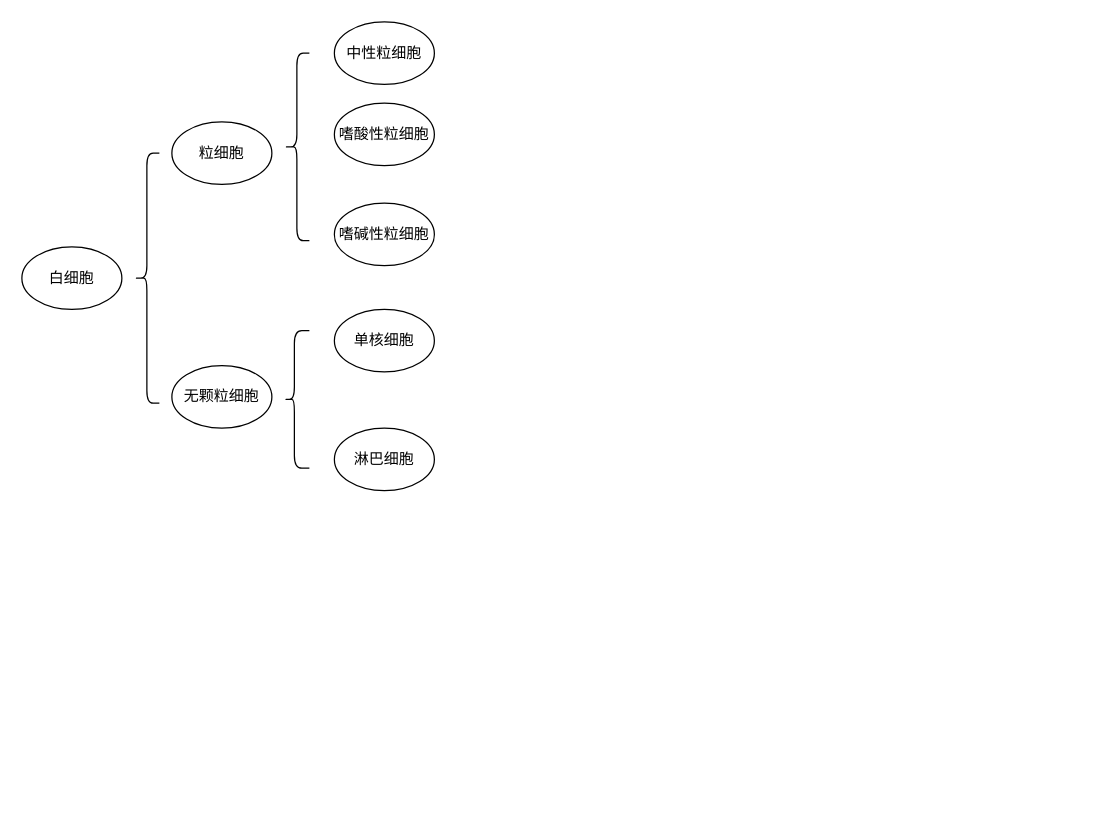
Before: 细胞的分类.drawio in bluefantasy2014/draw.io, a draw.io diagram. Source tidied: cells renumbered, new cells numbered last; positions are measured from the earlier drawing's top-left corner, leaving out a move shared by most shapes. Both pictures are drawn from the tidied source at 125%, with x=0, y=0 at pixel (21, 21).
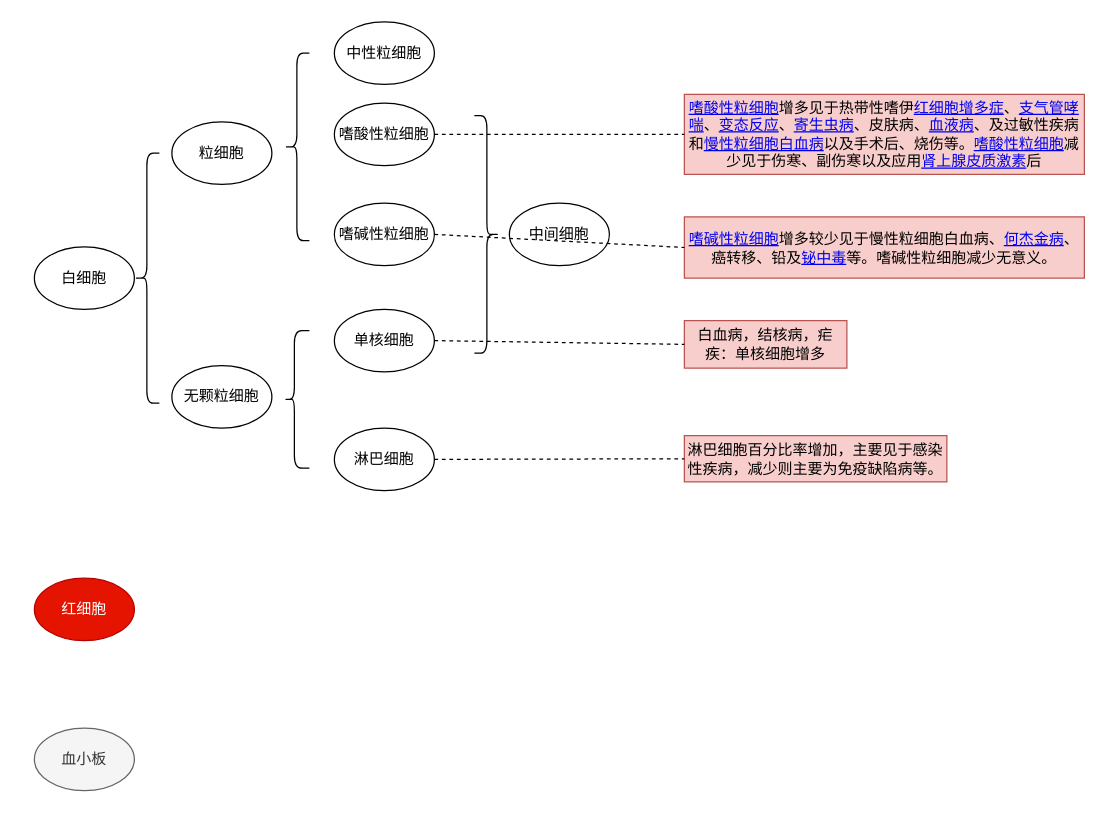
Above is the later version.

Commit message:
Update 细胞的分类.drawio

The change refers to these unchanged cells:
```xml
<mxCell id="7" value="嗜碱性粒细胞" style="ellipse;whiteSpace=wrap;html=1;" parent="1" vertex="1">
  <mxGeometry x="250" y="145" width="80" height="50" as="geometry" />
</mxCell>
<mxCell id="8" value="嗜酸性粒细胞" style="ellipse;whiteSpace=wrap;html=1;" parent="1" vertex="1">
  <mxGeometry x="250" y="65" width="80" height="50" as="geometry" />
</mxCell>
<mxCell id="11" value="单核细胞" style="ellipse;whiteSpace=wrap;html=1;" parent="1" vertex="1">
  <mxGeometry x="250" y="230" width="80" height="50" as="geometry" />
</mxCell>
<mxCell id="12" value="淋巴细胞" style="ellipse;whiteSpace=wrap;html=1;" parent="1" vertex="1">
  <mxGeometry x="250" y="325" width="80" height="50" as="geometry" />
</mxCell>
```

What changed in the source:
```diff
@@
     <mxCell id="3" value="白细胞" style="ellipse;whiteSpace=wrap;html=1;" parent="1" vertex="1">
-      <mxGeometry y="180" width="80" height="50" as="geometry" />
+      <mxGeometry x="10" y="180" width="80" height="50" as="geometry" />
     </mxCell>
@@
+    <mxCell id="13" style="shape=curlyBracket;whiteSpace=wrap;html=1;rounded=1;direction=west;" parent="1" vertex="1">
+      <mxGeometry x="362" y="75" width="20" height="190" as="geometry" />
+    </mxCell>
+    <mxCell id="14" value="中间细胞" style="ellipse;whiteSpace=wrap;html=1;" parent="1" vertex="1">
+      <mxGeometry x="390" y="145" width="80" height="50" as="geometry" />
+    </mxCell>
+    <mxCell id="15" value="白血病，结核病，疟疾：单核细胞增多" style="text;html=1;strokeColor=#b85450;fillColor=#f8cecc;align=center;verticalAlign=middle;whiteSpace=wrap;rounded=0;" parent="1" vertex="1">
+      <mxGeometry x="530" y="239" width="130" height="38" as="geometry" />
+    </mxCell>
+    <mxCell id="16" style="endArrow=none;dashed=1;html=1;entryX=0;entryY=0.5;entryDx=0;entryDy=0;exitX=1;exitY=0.5;exitDx=0;exitDy=0;" parent="1" edge="1" source="11" target="15">
+      <mxGeometry relative="1" as="geometry" />
+    </mxCell>
+    <mxCell id="17" value="&lt;a target=&quot;_blank&quot; href=&quot;https://baike.baidu.com/item/%E5%97%9C%E9%85%B8%E6%80%A7%E7%B2%92%E7%BB%86%E8%83%9E/10106702&quot;&gt;&lt;span&gt;嗜酸性粒&lt;/span&gt;&lt;span&gt;细胞&lt;/span&gt;&lt;/a&gt;&lt;span&gt;增多&lt;/span&gt;&lt;span&gt;见于热带性嗜伊&lt;/span&gt;&lt;a target=&quot;_blank&quot; href=&quot;https://baike.baidu.com/item/%E7%BA%A2%E7%BB%86%E8%83%9E%E5%A2%9E%E5%A4%9A%E7%97%87&quot;&gt;红细胞增多症&lt;/a&gt;&lt;span&gt;、&lt;/span&gt;&lt;a target=&quot;_blank&quot; href=&quot;https://baike.baidu.com/item/%E6%94%AF%E6%B0%94%E7%AE%A1%E5%93%AE%E5%96%98&quot;&gt;支气管哮喘&lt;/a&gt;&lt;span&gt;、&lt;/span&gt;&lt;a target=&quot;_blank&quot; href=&quot;https://baike.baidu.com/item/%E5%8F%98%E6%80%81%E5%8F%8D%E5%BA%94&quot;&gt;变态反应&lt;/a&gt;&lt;span&gt;、&lt;/span&gt;&lt;a target=&quot;_blank&quot; href=&quot;https://baike.baidu.com/item/%E5%AF%84%E7%94%9F%E8%99%AB%E7%97%85&quot;&gt;寄生虫病&lt;/a&gt;&lt;span&gt;、皮肤病、&lt;/span&gt;&lt;a target=&quot;_blank&quot; href=&quot;https://baike.baidu.com/item/%E8%A1%80%E6%B6%B2%E7%97%85&quot;&gt;血液病&lt;/a&gt;&lt;span&gt;、及过敏性疾病和&lt;/span&gt;&lt;a target=&quot;_blank&quot; href=&quot;https://baike.baidu.com/item/%E6%85%A2%E6%80%A7%E7%B2%92%E7%BB%86%E8%83%9E%E7%99%BD%E8%A1%80%E7%97%85&quot;&gt;慢性粒细胞白血病&lt;/a&gt;&lt;span&gt;以及手术后、烧伤等。&lt;/span&gt;&lt;a target=&quot;_blank&quot; href=&quot;https://baike.baidu.com/item/%E5%97%9C%E9%85%B8%E6%80%A7%E7%B2%92%E7%BB%86%E8%83%9E&quot;&gt;嗜酸性粒细胞&lt;/a&gt;&lt;span&gt;减少见于伤寒、副伤寒以及应用&lt;/span&gt;&lt;a target=&quot;_blank&quot; href=&quot;https://baike.baidu.com/item/%E8%82%BE%E4%B8%8A%E8%85%BA%E7%9A%AE%E8%B4%A8%E6%BF%80%E7%B4%A0&quot;&gt;肾上腺皮质激素&lt;/a&gt;&lt;span&gt;后&lt;/span&gt;" style="text;html=1;strokeColor=#b85450;fillColor=#f8cecc;align=center;verticalAlign=middle;whiteSpace=wrap;rounded=0;" parent="1" vertex="1">
+      <mxGeometry x="530" y="58" width="320" height="64" as="geometry" />
+    </mxCell>
+    <mxCell id="18" style="endArrow=none;dashed=1;html=1;entryX=0;entryY=0.5;entryDx=0;entryDy=0;exitX=1;exitY=0.5;exitDx=0;exitDy=0;" parent="1" edge="1" source="8" target="17">
+      <mxGeometry relative="1" as="geometry" />
+    </mxCell>
+    <mxCell id="19" value="&lt;span&gt;&lt;a target=&quot;_blank&quot; href=&quot;https://baike.baidu.com/item/%E5%97%9C%E7%A2%B1%E6%80%A7%E7%B2%92%E7%BB%86%E8%83%9E&quot;&gt;嗜碱性粒细胞&lt;/a&gt;增多&lt;/span&gt;&lt;span&gt;较少见于慢性粒细胞白血病、&lt;/span&gt;&lt;a target=&quot;_blank&quot; href=&quot;https://baike.baidu.com/item/%E4%BD%95%E6%9D%B0%E9%87%91%E7%97%85&quot;&gt;何杰金病&lt;/a&gt;&lt;span&gt;、癌转移、铅及&lt;/span&gt;&lt;a target=&quot;_blank&quot; href=&quot;https://baike.baidu.com/item/%E9%93%8B%E4%B8%AD%E6%AF%92&quot;&gt;铋中毒&lt;/a&gt;&lt;span&gt;等。嗜碱性粒细胞减少无意义。&lt;/span&gt;" style="text;html=1;strokeColor=#b85450;fillColor=#f8cecc;align=center;verticalAlign=middle;whiteSpace=wrap;rounded=0;" parent="1" vertex="1">
+      <mxGeometry x="530" y="156" width="320" height="49" as="geometry" />
+    </mxCell>
+    <mxCell id="20" style="endArrow=none;dashed=1;html=1;entryX=0;entryY=0.5;entryDx=0;entryDy=0;exitX=1;exitY=0.5;exitDx=0;exitDy=0;" parent="1" edge="1" source="7" target="19">
+      <mxGeometry relative="1" as="geometry" />
+    </mxCell>
+    <mxCell id="21" value="淋巴细胞百分比率增加，主要见于感染性疾病，减少则主要为免疫缺陷病等。" style="text;html=1;strokeColor=#b85450;fillColor=#f8cecc;align=center;verticalAlign=middle;whiteSpace=wrap;rounded=0;" parent="1" vertex="1">
+      <mxGeometry x="530" y="331" width="210" height="37" as="geometry" />
+    </mxCell>
+    <mxCell id="22" style="endArrow=none;dashed=1;html=1;entryX=0;entryY=0.5;entryDx=0;entryDy=0;exitX=1;exitY=0.5;exitDx=0;exitDy=0;" parent="1" edge="1" source="12" target="21">
+      <mxGeometry relative="1" as="geometry" />
+    </mxCell>
+    <mxCell id="23" value="红细胞" style="ellipse;whiteSpace=wrap;html=1;fillColor=#e51400;strokeColor=#B20000;fontColor=#ffffff;" parent="1" vertex="1">
+      <mxGeometry x="10" y="445" width="80" height="50" as="geometry" />
+    </mxCell>
+    <mxCell id="24" value="血小板" style="ellipse;whiteSpace=wrap;html=1;fillColor=#f5f5f5;strokeColor=#666666;fontColor=#333333;" parent="1" vertex="1">
+      <mxGeometry x="10" y="565" width="80" height="50" as="geometry" />
+    </mxCell>
```
